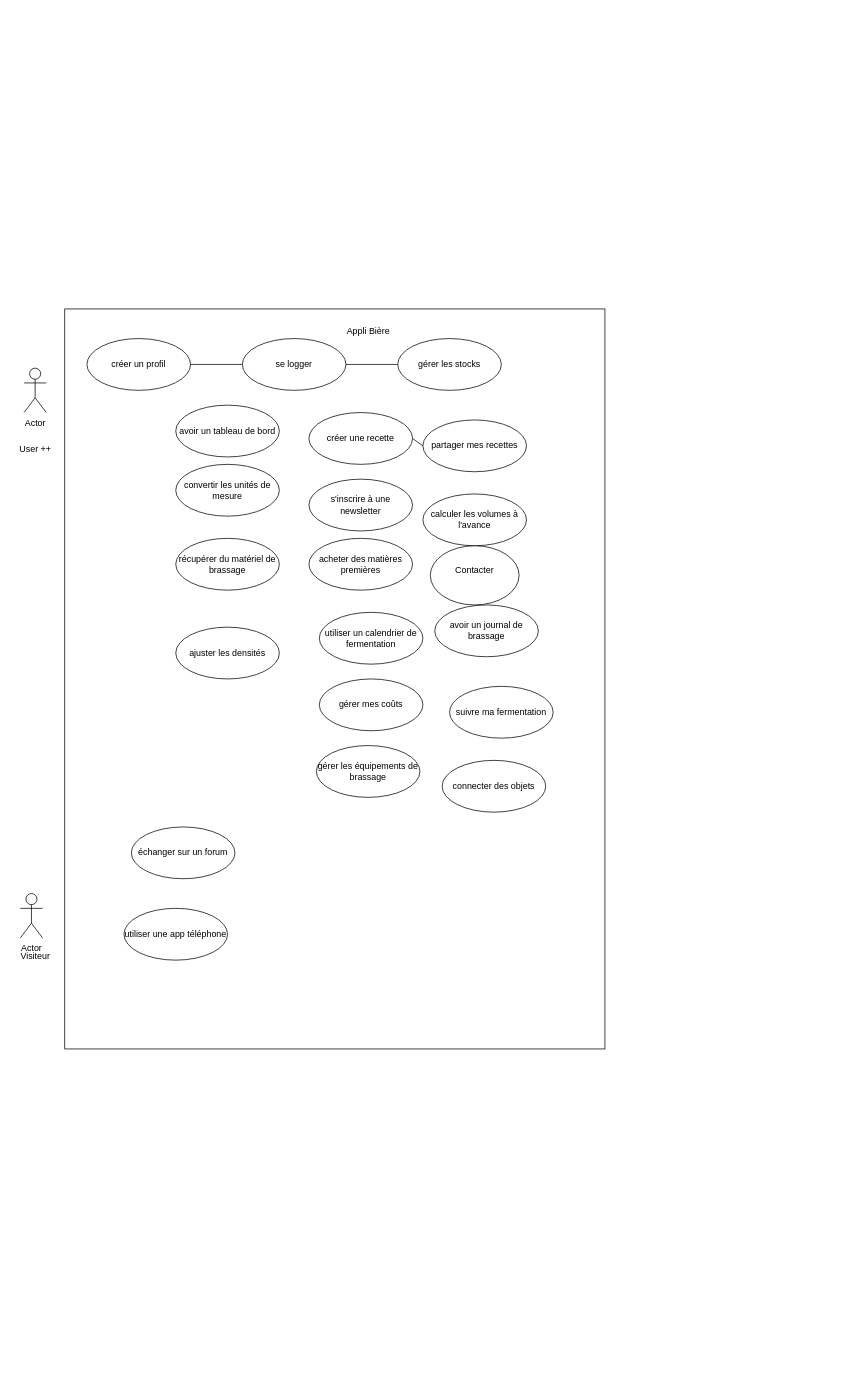
Above: Cas d'utilisation - Paul.drawio in cyrisa02/Bi-re (draw.io), before the change. Source tidied: cells renumbered, new cells numbered last; positions are measured from the earlier drawing's top-left corner, leaving out a move shared by most shapes. Both pictures are drawn from the tidied source at 74%, with x=0, y=0 at pixel (13, 309).
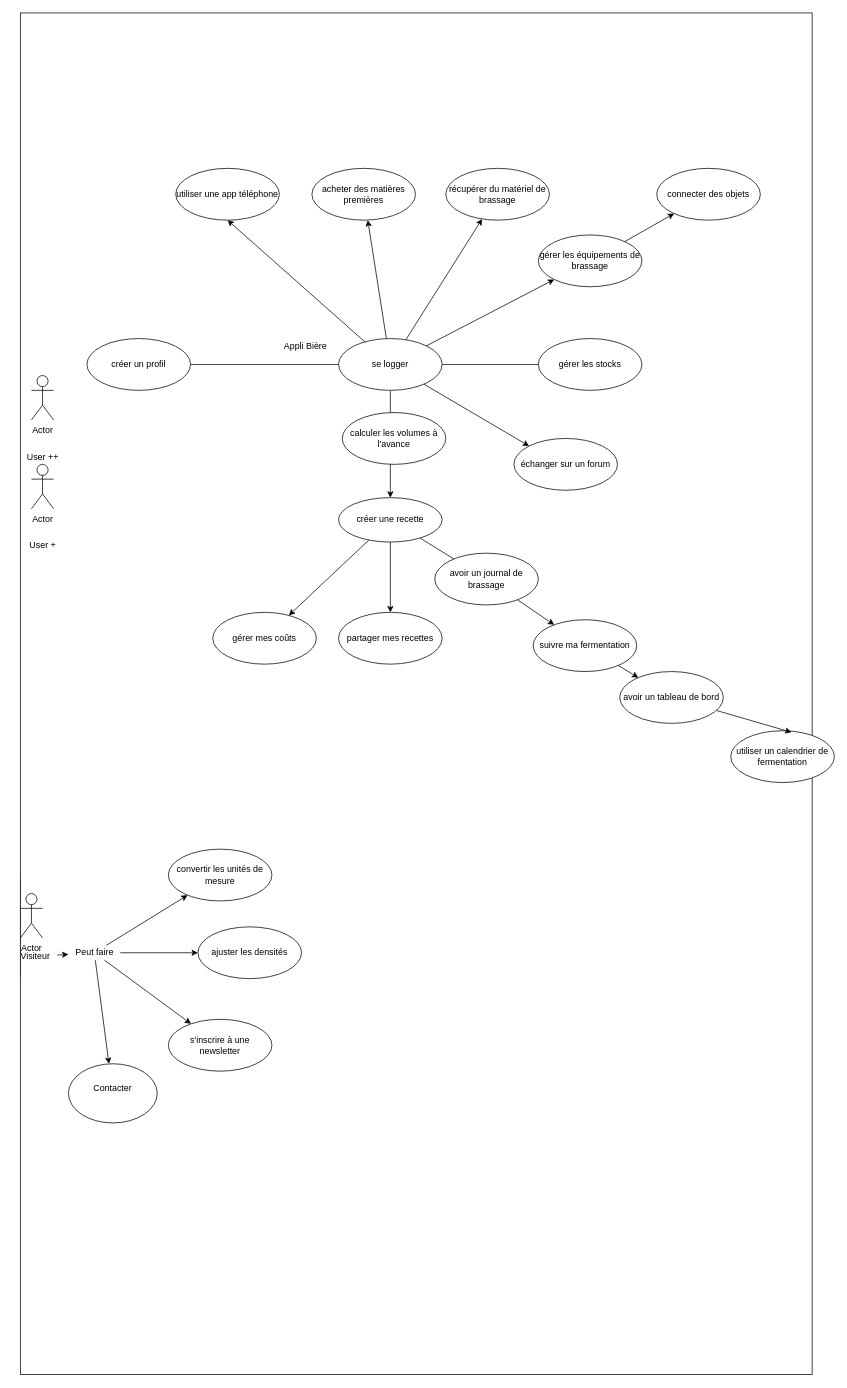
The same page after the edit.

Commit message:
Hièrarchisation du diagramme de fonctionnalités

Unchanged cells that the change refers to:
```xml
<mxCell id="12" value="Visiteur" style="text;html=1;align=center;verticalAlign=middle;points=[];fillColor=none;strokeColor=none;rounded=0;" parent="10" vertex="1">
  <mxGeometry y="85" width="60" height="20" as="geometry" />
</mxCell>
```

What changed in the source:
```diff
@@
+    <mxCell id="34" style="shape=ext;double=1;rounded=0;whiteSpace=wrap;html=1;shadow=1;" parent="1" vertex="1">
+      <mxGeometry x="10" y="770" width="880" height="130" as="geometry" />
+    </mxCell>
-    <mxCell id="2" style="whiteSpace=wrap;html=1;" parent="1" vertex="1">
-      <mxGeometry x="70" width="730" height="1000" as="geometry" />
+    <mxCell id="2" value="&lt;h5&gt;&lt;br&gt;&lt;/h5&gt;" style="whiteSpace=wrap;html=1;" parent="1" vertex="1">
+      <mxGeometry x="10" y="-400" width="1070" height="1840" as="geometry" />
     </mxCell>
+    <mxCell id="35" style="edgeStyle=none;html=1;exitX=0.5;exitY=1;exitDx=0;exitDy=0;" parent="1" edge="1" source="3" target="8">
+      <mxGeometry relative="1" as="geometry" />
+    </mxCell>
+    <mxCell id="36" style="edgeStyle=none;html=1;entryX=0.5;entryY=1;entryDx=0;entryDy=0;" parent="1" edge="1" source="3" target="7">
+      <mxGeometry relative="1" as="geometry" />
+    </mxCell>
+    <mxCell id="37" style="edgeStyle=none;html=1;" parent="1" edge="1" source="3" target="23">
+      <mxGeometry relative="1" as="geometry" />
+    </mxCell>
+    <mxCell id="38" style="edgeStyle=none;html=1;entryX=0;entryY=0;entryDx=0;entryDy=0;" parent="1" edge="1" source="3" target="13">
+      <mxGeometry relative="1" as="geometry" />
+    </mxCell>
+    <mxCell id="39" style="edgeStyle=none;html=1;" parent="1" edge="1" source="3" target="18">
+      <mxGeometry relative="1" as="geometry" />
+    </mxCell>
+    <mxCell id="40" style="edgeStyle=none;html=1;" parent="1" edge="1" source="3" target="6">
+      <mxGeometry relative="1" as="geometry" />
+    </mxCell>
     <mxCell id="3" value="se logger" style="ellipse;whiteSpace=wrap;html=1;" parent="1" vertex="1">
-      <mxGeometry x="310" y="40" width="140" height="70" as="geometry" />
+      <mxGeometry x="440" y="40" width="140" height="70" as="geometry" />
     </mxCell>
     <mxCell id="4" value="gérer les stocks" style="ellipse;whiteSpace=wrap;html=1;" parent="1" vertex="1">
-      <mxGeometry x="520" y="40" width="140" height="70" as="geometry" />
+      <mxGeometry x="710" y="40" width="140" height="70" as="geometry" />
     </mxCell>
     <mxCell id="5" value="convertir les unités de mesure" style="ellipse;whiteSpace=wrap;html=1;" parent="1" vertex="1">
-      <mxGeometry x="220" y="210" width="140" height="70" as="geometry" />
+      <mxGeometry x="210" y="730" width="140" height="70" as="geometry" />
     </mxCell>
     <mxCell id="6" value="récupérer du matériel de brassage&lt;br&gt;" style="ellipse;whiteSpace=wrap;html=1;" parent="1" vertex="1">
-      <mxGeometry x="220" y="310" width="140" height="70" as="geometry" />
+      <mxGeometry x="585" y="-190" width="140" height="70" as="geometry" />
     </mxCell>
     <mxCell id="7" value="utiliser une app téléphone" style="ellipse;whiteSpace=wrap;html=1;" parent="1" vertex="1">
-      <mxGeometry x="150" y="810" width="140" height="70" as="geometry" />
+      <mxGeometry x="220" y="-190" width="140" height="70" as="geometry" />
     </mxCell>
+    <mxCell id="41" style="edgeStyle=none;html=1;entryX=0.5;entryY=0;entryDx=0;entryDy=0;" parent="1" edge="1" source="8" target="16">
+      <mxGeometry relative="1" as="geometry" />
+    </mxCell>
+    <mxCell id="42" style="edgeStyle=none;html=1;" parent="1" edge="1" source="8" target="22">
+      <mxGeometry relative="1" as="geometry" />
+    </mxCell>
+    <mxCell id="43" style="edgeStyle=none;html=1;startArrow=none;" parent="1" edge="1" source="19" target="28">
+      <mxGeometry relative="1" as="geometry" />
+    </mxCell>
     <mxCell id="8" value="créer une recette" style="ellipse;whiteSpace=wrap;html=1;" parent="1" vertex="1">
-      <mxGeometry x="400" y="140" width="140" height="70" as="geometry" />
+      <mxGeometry x="440" y="255" width="140" height="60" as="geometry" />
     </mxCell>
     <mxCell id="9" value="s'inscrire à une newsletter" style="ellipse;whiteSpace=wrap;html=1;" parent="1" vertex="1">
-      <mxGeometry x="400" y="230" width="140" height="70" as="geometry" />
+      <mxGeometry x="210" y="960" width="140" height="70" as="geometry" />
     </mxCell>
@@
     <mxCell id="13" value="échanger sur un forum&lt;br&gt;" style="ellipse;whiteSpace=wrap;html=1;" parent="1" vertex="1">
-      <mxGeometry x="160" y="700" width="140" height="70" as="geometry" />
+      <mxGeometry x="677" y="175" width="140" height="70" as="geometry" />
     </mxCell>
     <mxCell id="14" value="utiliser un calendrier de fermentation" style="ellipse;whiteSpace=wrap;html=1;" parent="1" vertex="1">
-      <mxGeometry x="414" y="410" width="140" height="70" as="geometry" />
+      <mxGeometry x="970" y="570" width="140" height="70" as="geometry" />
     </mxCell>
     <mxCell id="15" value="ajuster les densités" style="ellipse;whiteSpace=wrap;html=1;" parent="1" vertex="1">
-      <mxGeometry x="220" y="430" width="140" height="70" as="geometry" />
+      <mxGeometry x="250" y="835" width="140" height="70" as="geometry" />
     </mxCell>
     <mxCell id="16" value="partager mes recettes" style="ellipse;whiteSpace=wrap;html=1;" parent="1" vertex="1">
-      <mxGeometry x="554" y="150" width="140" height="70" as="geometry" />
+      <mxGeometry x="440" y="410" width="140" height="70" as="geometry" />
     </mxCell>
+    <mxCell id="44" style="edgeStyle=none;html=1;entryX=0.586;entryY=0.029;entryDx=0;entryDy=0;entryPerimeter=0;" parent="1" edge="1" source="17" target="14">
+      <mxGeometry relative="1" as="geometry" />
+    </mxCell>
     <mxCell id="17" value="avoir un tableau de bord&lt;br&gt;" style="ellipse;whiteSpace=wrap;html=1;" parent="1" vertex="1">
-      <mxGeometry x="220" y="130" width="140" height="70" as="geometry" />
+      <mxGeometry x="820" y="490" width="140" height="70" as="geometry" />
     </mxCell>
     <mxCell id="18" value="acheter des matières premières&lt;br&gt;" style="ellipse;whiteSpace=wrap;html=1;" parent="1" vertex="1">
-      <mxGeometry x="400" y="310" width="140" height="70" as="geometry" />
+      <mxGeometry x="404" y="-190" width="140" height="70" as="geometry" />
     </mxCell>
-    <mxCell id="19" value="avoir un journal de brassage" style="ellipse;whiteSpace=wrap;html=1;" parent="1" vertex="1">
-      <mxGeometry x="570" y="400" width="140" height="70" as="geometry" />
-    </mxCell>
     <mxCell id="20" value="calculer les volumes à l'avance" style="ellipse;whiteSpace=wrap;html=1;" parent="1" vertex="1">
-      <mxGeometry x="554" y="250" width="140" height="70" as="geometry" />
+      <mxGeometry x="445" y="140" width="140" height="70" as="geometry" />
     </mxCell>
@@
     <mxCell id="22" value="gérer mes coûts" style="ellipse;whiteSpace=wrap;html=1;" parent="1" vertex="1">
-      <mxGeometry x="414" y="500" width="140" height="70" as="geometry" />
+      <mxGeometry x="270" y="410" width="140" height="70" as="geometry" />
     </mxCell>
+    <mxCell id="45" style="edgeStyle=none;html=1;" parent="1" edge="1" source="23" target="29">
+      <mxGeometry relative="1" as="geometry" />
+    </mxCell>
     <mxCell id="23" value="gérer les équipements de brassage&lt;br&gt;" style="ellipse;whiteSpace=wrap;html=1;" parent="1" vertex="1">
-      <mxGeometry x="410" y="590" width="140" height="70" as="geometry" />
+      <mxGeometry x="710" y="-100" width="140" height="70" as="geometry" />
     </mxCell>
     <mxCell id="24" style="group;" parent="1" vertex="1">
-      <mxGeometry y="80" width="60" height="120" as="geometry" />
+      <mxGeometry x="10" y="210" width="60" height="120" as="geometry" />
     </mxCell>
@@
-    <mxCell id="26" value="User ++" style="text;html=1;align=center;verticalAlign=middle;fillColor=none;strokeColor=none;rounded=0;" parent="24" vertex="1">
-      <mxGeometry y="100" width="60" height="20" as="geometry" />
+    <mxCell id="26" value="User +" style="text;html=1;align=center;verticalAlign=middle;fillColor=none;strokeColor=none;rounded=0;" parent="24" vertex="1">
+      <mxGeometry x="5" y="100" width="50" height="20" as="geometry" />
     </mxCell>
     <mxCell id="27" value="Appli Bière&lt;br&gt;" style="text;html=1;align=center;verticalAlign=middle;fillColor=none;strokeColor=none;rounded=0;" parent="1" vertex="1">
-      <mxGeometry x="445" y="20" width="70" height="20" as="geometry" />
+      <mxGeometry x="360" y="40" width="70" height="20" as="geometry" />
     </mxCell>
+    <mxCell id="46" style="edgeStyle=none;html=1;" parent="1" edge="1" source="28" target="17">
+      <mxGeometry relative="1" as="geometry" />
+    </mxCell>
     <mxCell id="28" value="suivre ma fermentation&lt;br&gt;" style="ellipse;whiteSpace=wrap;html=1;" parent="1" vertex="1">
-      <mxGeometry x="590" y="510" width="140" height="70" as="geometry" />
+      <mxGeometry x="703" y="420" width="140" height="70" as="geometry" />
     </mxCell>
     <mxCell id="29" value="connecter des objets" style="ellipse;whiteSpace=wrap;html=1;" parent="1" vertex="1">
-      <mxGeometry x="580" y="610" width="140" height="70" as="geometry" />
+      <mxGeometry x="870" y="-190" width="140" height="70" as="geometry" />
     </mxCell>
@@
-    <mxCell id="32" style="endArrow=none;html=1;rounded=0;exitX=0;exitY=0.5;exitDx=0;exitDy=0;entryX=1;entryY=0.5;entryDx=0;entryDy=0;" parent="1" edge="1" source="16" target="8">
-      <mxGeometry relative="1" as="geometry" />
-    </mxCell>
     <mxCell id="33" value="&lt;div&gt;Contacter&lt;/div&gt;&lt;div&gt;&lt;br&gt;&lt;/div&gt;" style="ellipse;whiteSpace=wrap;html=1;" parent="1" vertex="1">
-      <mxGeometry x="564" y="320" width="120" height="80" as="geometry" />
+      <mxGeometry x="75" y="1020" width="120" height="80" as="geometry" />
     </mxCell>
+    <mxCell id="47" style="group;" parent="1" vertex="1">
+      <mxGeometry x="10" y="90" width="60" height="120" as="geometry" />
+    </mxCell>
+    <mxCell id="48" value="Actor" style="shape=umlActor;verticalLabelPosition=bottom;verticalAlign=top;html=1;" parent="47" vertex="1">
+      <mxGeometry x="15" width="30" height="60" as="geometry" />
+    </mxCell>
+    <mxCell id="49" value="User ++" style="text;html=1;align=center;verticalAlign=middle;fillColor=none;strokeColor=none;rounded=0;" parent="47" vertex="1">
+      <mxGeometry y="100" width="60" height="20" as="geometry" />
+    </mxCell>
+    <mxCell id="19" value="avoir un journal de brassage" style="ellipse;whiteSpace=wrap;html=1;" parent="1" vertex="1">
+      <mxGeometry x="570" y="330" width="140" height="70" as="geometry" />
+    </mxCell>
+    <mxCell id="50" style="edgeStyle=none;html=1;endArrow=none;" parent="1" edge="1" source="8" target="19">
+      <mxGeometry relative="1" as="geometry" />
+    </mxCell>
+    <mxCell id="51" style="html=1;" parent="1" edge="1" source="55" target="5">
+      <mxGeometry relative="1" as="geometry" />
+    </mxCell>
+    <mxCell id="52" style="edgeStyle=none;html=1;" parent="1" edge="1" source="55" target="15">
+      <mxGeometry relative="1" as="geometry" />
+    </mxCell>
+    <mxCell id="53" style="edgeStyle=none;html=1;" parent="1" edge="1" source="55" target="9">
+      <mxGeometry relative="1" as="geometry" />
+    </mxCell>
+    <mxCell id="54" style="edgeStyle=none;html=1;" parent="1" edge="1" source="55" target="33">
+      <mxGeometry relative="1" as="geometry" />
+    </mxCell>
+    <mxCell id="55" value="Peut faire" style="text;html=1;align=center;verticalAlign=middle;points=[];strokeColor=none;fillColor=none;" parent="1" vertex="1">
+      <mxGeometry x="75" y="860" width="70" height="20" as="geometry" />
+    </mxCell>
+    <mxCell id="56" style="edgeStyle=none;html=1;" parent="1" edge="1" source="12" target="55">
+      <mxGeometry relative="1" as="geometry" />
+    </mxCell>
```
